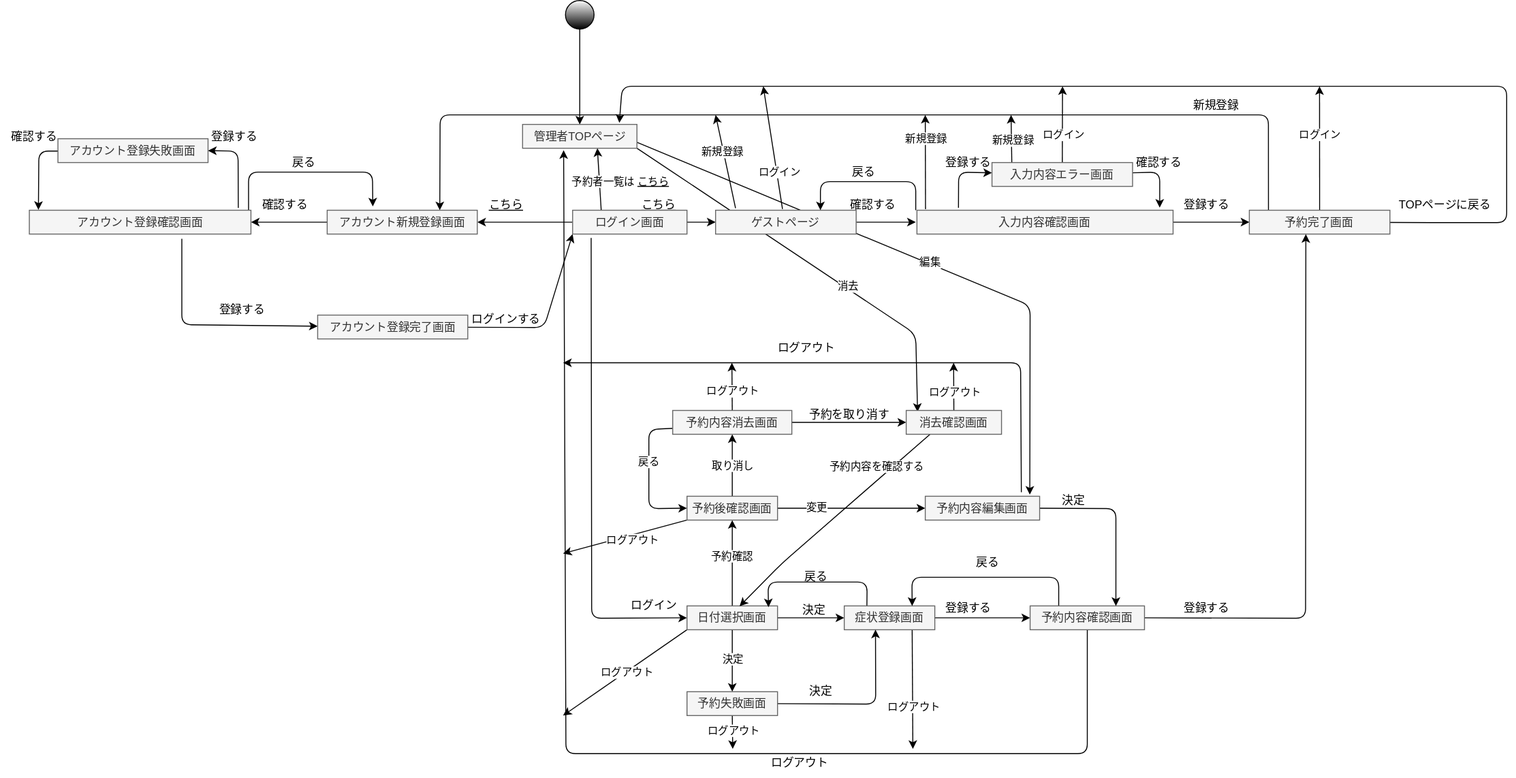
This is pja.drawio.svg from sakamotoshuri/uml_introduction, a draw.io export, as it was before one commit. Source tidied: cells renumbered, new cells last; positions are measured from the earlier drawing's top-left corner, leaving out a move shared by most shapes.
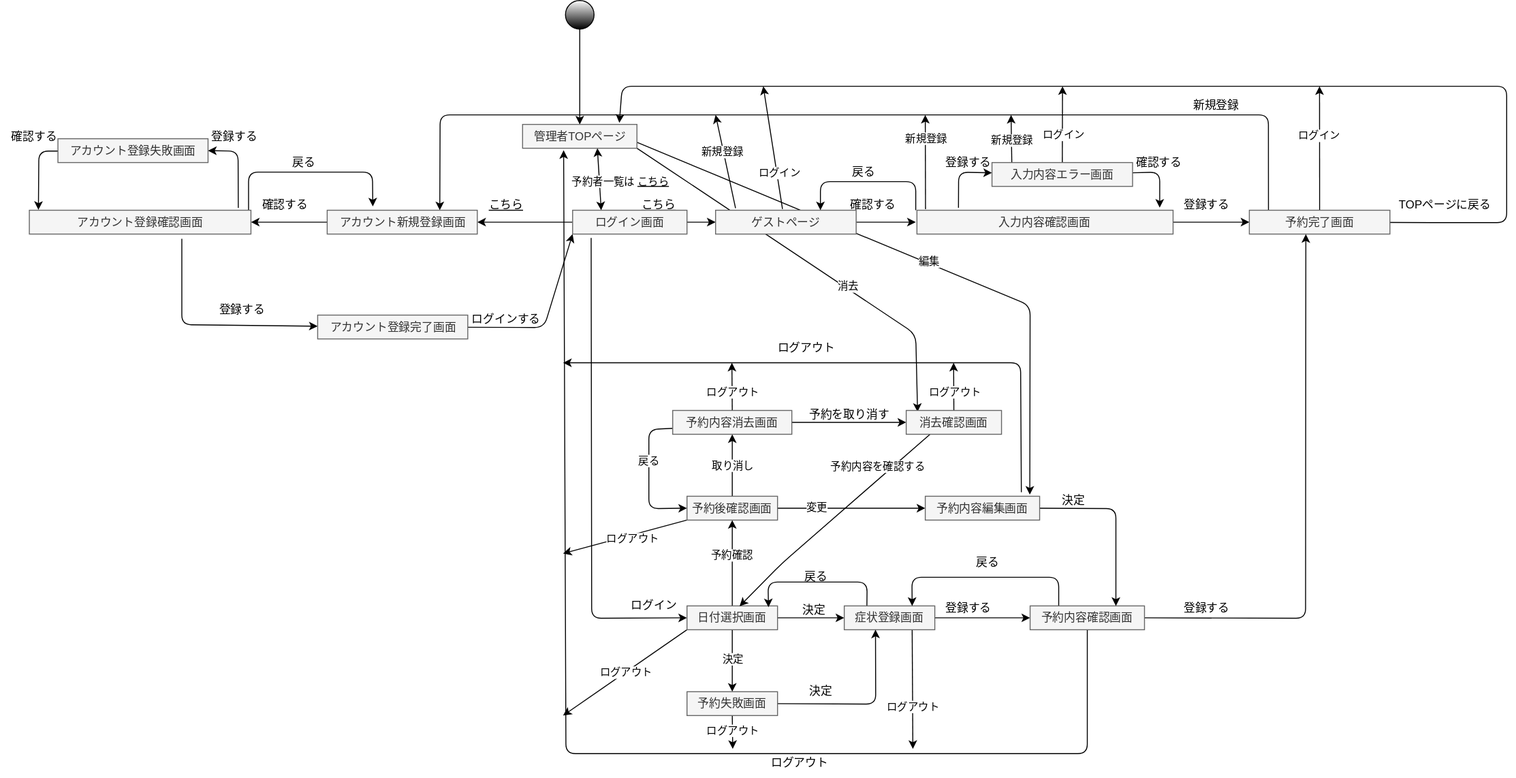
Later version of the same file.

The edit, as a diff of the source:
```diff
@@ -21,7 +21,7 @@
         </Array>
       </mxGeometry>
     </mxCell>
-    <mxCell id="7" style="edgeStyle=none;html=1;exitX=0.654;exitY=0.998;exitDx=0;exitDy=0;entryX=0.25;entryY=0;entryDx=0;entryDy=0;exitPerimeter=0;startArrow=classic;startFill=1;endArrow=none;endFill=0;" parent="1" edge="1" source="13" target="115">
+    <mxCell id="7" style="edgeStyle=none;html=1;exitX=0.654;exitY=0.998;exitDx=0;exitDy=0;entryX=0.25;entryY=0;entryDx=0;entryDy=0;exitPerimeter=0;startArrow=classic;startFill=1;endArrow=classic;endFill=1;" parent="1" edge="1" source="13" target="115">
       <mxGeometry relative="1" as="geometry" />
     </mxCell>
     <mxCell id="8" value="予約者一覧は&lt;u&gt;こちら&lt;/u&gt;" style="edgeLabel;html=1;align=center;verticalAlign=middle;" parent="7" vertex="1">
```
